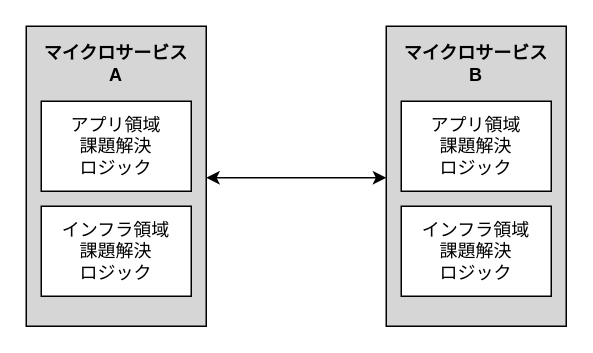
This is page "service-mesh_layer" (1 of 5) of images/drawio/istio/service-mesh_layer.drawio from hiroki-it/tech-notebook_old, a draw.io file, before an edit. Source tidied: cells renumbered, new cells numbered last; positions are measured from the earlier drawing's top-left corner, leaving out a move shared by most shapes. Both pictures are drawn from the tidied source at 150%, with x=0, y=0 at pixel (26, 26).
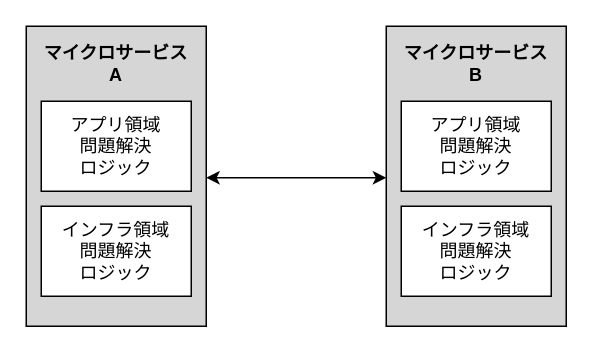
The same diagram, later.

Diff of the diagram source:
```diff
@@
 <mxGraphModel>
   <root>
     <mxCell id="0" />
     <mxCell id="1" parent="0" />
     <mxCell id="2" style="group;" parent="1" vertex="1">
       <mxGeometry width="120" height="200" as="geometry" />
     </mxCell>
     <mxCell id="3" style="rounded=0;whiteSpace=wrap;html=1;fillColor=#D6D6D6;" parent="2" vertex="1">
       <mxGeometry width="120" height="200" as="geometry" />
     </mxCell>
-    <mxCell id="4" value="アプリ領域&lt;br&gt;課題解決&lt;br&gt;ロジック" style="rounded=0;whiteSpace=wrap;html=1;" parent="2" vertex="1">
+    <mxCell id="4" value="アプリ領域&lt;br&gt;問題解決&lt;br&gt;ロジック" style="rounded=0;whiteSpace=wrap;html=1;" parent="2" vertex="1">
       <mxGeometry x="10" y="50" width="100" height="60" as="geometry" />
     </mxCell>
     <mxCell id="5" value="&lt;b&gt;マイクロサービス&lt;br&gt;A&lt;/b&gt;" style="text;html=1;strokeColor=none;fillColor=none;align=center;verticalAlign=middle;whiteSpace=wrap;rounded=0;" parent="2" vertex="1">
       <mxGeometry x="10" y="10" width="100" height="30" as="geometry" />
     </mxCell>
-    <mxCell id="6" value="インフラ領域&lt;br&gt;課題解決&lt;br&gt;ロジック" style="rounded=0;whiteSpace=wrap;html=1;" parent="2" vertex="1">
+    <mxCell id="6" value="インフラ領域&lt;br&gt;問題解決&lt;br&gt;ロジック" style="rounded=0;whiteSpace=wrap;html=1;" parent="2" vertex="1">
       <mxGeometry x="10" y="120" width="100" height="60" as="geometry" />
     </mxCell>
     <mxCell id="7" style="group;" parent="1" vertex="1">
       <mxGeometry x="240" width="120" height="200" as="geometry" />
     </mxCell>
     <mxCell id="8" style="rounded=0;whiteSpace=wrap;html=1;fillColor=#D6D6D6;" parent="7" vertex="1">
       <mxGeometry width="120" height="200" as="geometry" />
     </mxCell>
     <mxCell id="9" value="&lt;b&gt;マイクロサービス&lt;br&gt;B&lt;/b&gt;" style="text;html=1;strokeColor=none;fillColor=none;align=center;verticalAlign=middle;whiteSpace=wrap;rounded=0;" parent="7" vertex="1">
       <mxGeometry x="10" y="10" width="100" height="30" as="geometry" />
     </mxCell>
-    <mxCell id="10" value="アプリ領域&lt;br&gt;課題解決&lt;br&gt;ロジック" style="rounded=0;whiteSpace=wrap;html=1;" parent="7" vertex="1">
+    <mxCell id="10" value="アプリ領域&lt;br&gt;問題解決&lt;br&gt;ロジック" style="rounded=0;whiteSpace=wrap;html=1;" parent="7" vertex="1">
       <mxGeometry x="10" y="50" width="100" height="60" as="geometry" />
     </mxCell>
-    <mxCell id="11" value="インフラ領域&lt;br&gt;課題解決&lt;br&gt;ロジック" style="rounded=0;whiteSpace=wrap;html=1;" parent="7" vertex="1">
+    <mxCell id="11" value="インフラ領域&lt;br&gt;問題解決&lt;br&gt;ロジック" style="rounded=0;whiteSpace=wrap;html=1;" parent="7" vertex="1">
       <mxGeometry x="10" y="120" width="100" height="60" as="geometry" />
     </mxCell>
     <mxCell id="12" style="endArrow=classic;startArrow=classic;html=1;rounded=0;exitX=1;exitY=0.5;exitDx=0;exitDy=0;" parent="1" edge="1">
       <mxGeometry relative="1" as="geometry">
         <mxPoint x="120" y="101" as="sourcePoint" />
         <mxPoint x="240" y="101" as="targetPoint" />
       </mxGeometry>
     </mxCell>
   </root>
 </mxGraphModel>
```
